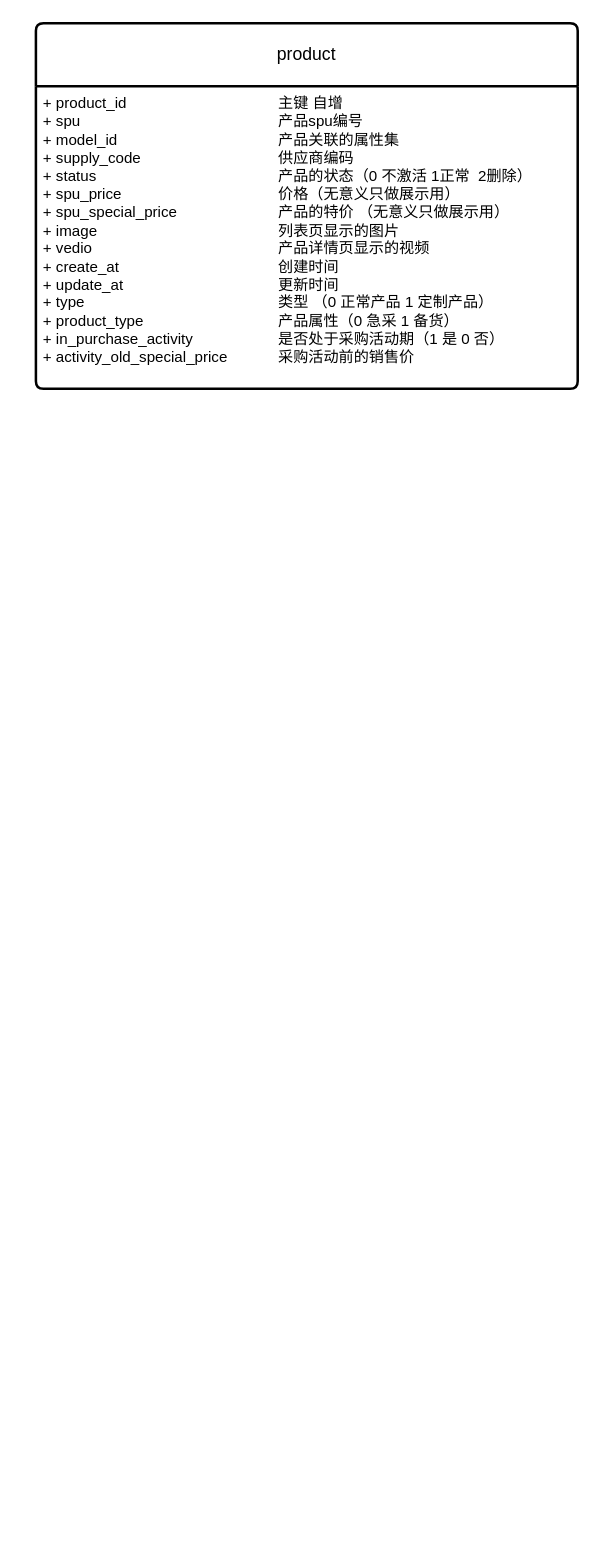
Above: nihao-product.drawio in chengwuchao9527/draw.io (draw.io), before the change. Source tidied: cells renumbered, new cells numbered last; positions are measured from the earlier drawing's top-left corner, leaving out a move shared by most shapes. Both pictures are drawn from the tidied source at 126%, with x=0, y=0 at pixel (35, 23).
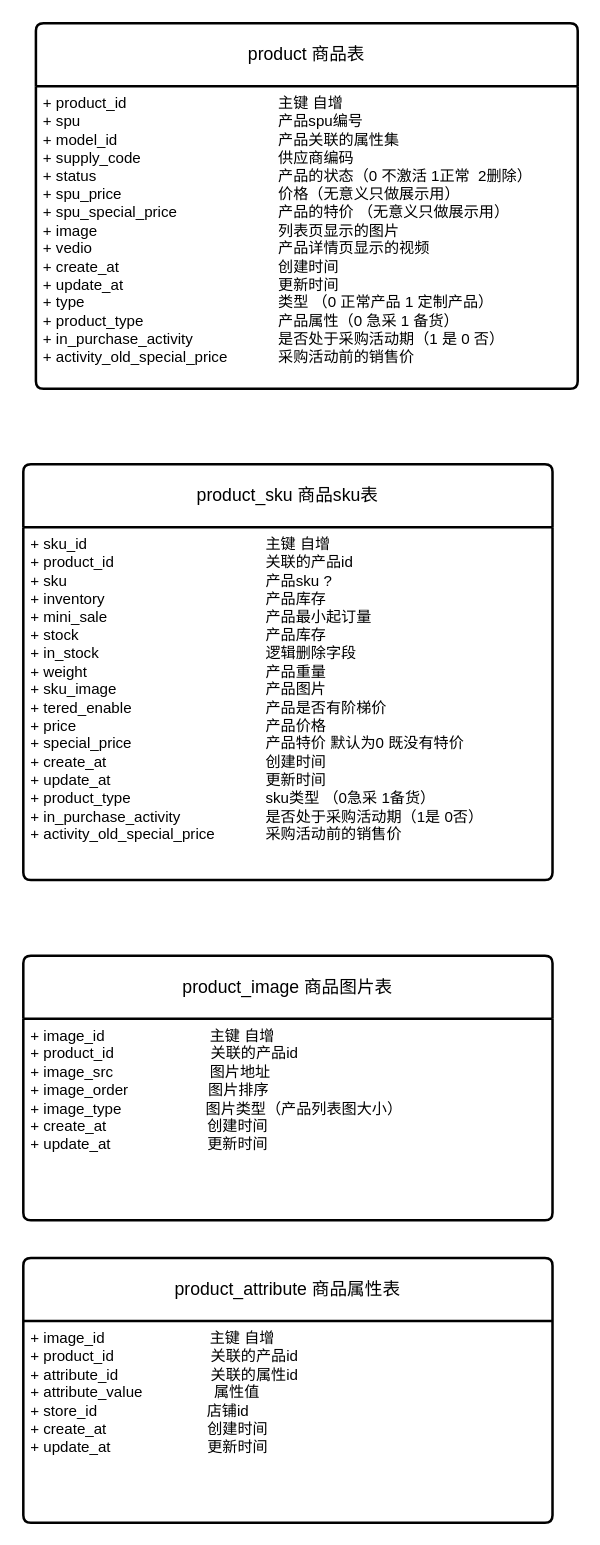
The same page after the edit.

The edit, as a diff of the source:
```diff
@@
 <mxGraphModel>
   <root>
     <mxCell id="0" />
     <mxCell id="1" parent="0" />
-    <mxCell id="2" value="product" style="swimlane;horizontal=1;startSize=50;rounded=1;fontSize=14;fontStyle=0;strokeWidth=2;shadow=0;dashed=0;align=center;arcSize=4;whiteSpace=wrap;html=1;" parent="1" vertex="1">
+    <mxCell id="2" value="product 商品表" style="swimlane;horizontal=1;startSize=50;rounded=1;fontSize=14;fontStyle=0;strokeWidth=2;shadow=0;dashed=0;align=center;arcSize=4;whiteSpace=wrap;html=1;" parent="1" vertex="1">
       <mxGeometry width="430" height="290" as="geometry" />
     </mxCell>
     <mxCell id="3" value="+&amp;nbsp;product_id&amp;nbsp; &amp;nbsp; &lt;span style=&quot;white-space: pre;&quot;&gt;&#9;&lt;/span&gt;&lt;span style=&quot;white-space: pre;&quot;&gt;&#9;&lt;/span&gt;&lt;span style=&quot;white-space: pre;&quot;&gt;&#9;&lt;/span&gt;&lt;span style=&quot;white-space: pre;&quot;&gt;&#9;&lt;/span&gt;主键 自增&amp;nbsp;&lt;br&gt;+ spu&amp;nbsp; &amp;nbsp; &amp;nbsp;&amp;nbsp;&lt;span style=&quot;white-space: pre;&quot;&gt;&#9;&lt;/span&gt;&lt;span style=&quot;white-space: pre;&quot;&gt;&#9;&lt;span style=&quot;white-space: pre;&quot;&gt;&#9;&lt;/span&gt;&lt;span style=&quot;white-space: pre;&quot;&gt;&#9;&lt;/span&gt;&lt;span style=&quot;white-space: pre;&quot;&gt;&#9;&lt;/span&gt;&lt;span style=&quot;white-space: pre;&quot;&gt;&#9;&lt;/span&gt;&lt;/span&gt;产品spu编号&lt;br&gt;+ model_id&lt;span style=&quot;white-space: pre;&quot;&gt;&#9;&lt;/span&gt;&lt;span style=&quot;white-space: pre;&quot;&gt;&#9;&lt;/span&gt;&lt;span style=&quot;white-space: pre;&quot;&gt;&#9;&lt;/span&gt;&lt;span style=&quot;white-space: pre;&quot;&gt;&#9;&lt;/span&gt;&lt;span style=&quot;white-space: pre;&quot;&gt;&#9;&lt;/span&gt;产品关联的属性集&lt;br&gt;+ supply_code&lt;span style=&quot;white-space: pre;&quot;&gt;&#9;&lt;/span&gt;&lt;span style=&quot;white-space: pre;&quot;&gt;&#9;&lt;/span&gt;&lt;span style=&quot;white-space: pre;&quot;&gt;&#9;&lt;/span&gt;&lt;span style=&quot;white-space: pre;&quot;&gt;&#9;&lt;/span&gt;&lt;span style=&quot;white-space: pre;&quot;&gt;&#9;&lt;/span&gt;供应商编码&lt;br&gt;+ status&lt;span style=&quot;white-space: pre;&quot;&gt;&#9;&lt;/span&gt;&lt;span style=&quot;white-space: pre;&quot;&gt;&#9;&lt;/span&gt;&lt;span style=&quot;white-space: pre;&quot;&gt;&#9;&lt;/span&gt;&lt;span style=&quot;white-space: pre;&quot;&gt;&#9;&lt;/span&gt;&lt;span style=&quot;white-space: pre;&quot;&gt;&#9;&lt;/span&gt;&lt;span style=&quot;white-space: pre;&quot;&gt;&#9;&lt;/span&gt;产品的状态（0 不激活 1正常&amp;nbsp; 2删除）&lt;br&gt;+ spu_price&lt;span style=&quot;white-space: pre;&quot;&gt;&#9;&lt;/span&gt;&lt;span style=&quot;white-space: pre;&quot;&gt;&#9;&lt;/span&gt;&lt;span style=&quot;white-space: pre;&quot;&gt;&#9;&lt;/span&gt;&lt;span style=&quot;white-space: pre;&quot;&gt;&#9;&lt;/span&gt;&lt;span style=&quot;white-space: pre;&quot;&gt;&#9;&lt;/span&gt;价格（无意义只做展示用）&lt;br&gt;+ spu_special_price&lt;span style=&quot;white-space: pre;&quot;&gt;&#9;&lt;/span&gt;&lt;span style=&quot;white-space: pre;&quot;&gt;&#9;&lt;/span&gt;&lt;span style=&quot;white-space: pre;&quot;&gt;&#9;&lt;/span&gt;产品的特价 （无意义只做展示用）&lt;br&gt;+ image&lt;span style=&quot;white-space: pre;&quot;&gt;&#9;&lt;/span&gt;&lt;span style=&quot;white-space: pre;&quot;&gt;&#9;&lt;/span&gt;&lt;span style=&quot;white-space: pre;&quot;&gt;&#9;&lt;/span&gt;&lt;span style=&quot;white-space: pre;&quot;&gt;&#9;&lt;/span&gt;&lt;span style=&quot;white-space: pre;&quot;&gt;&#9;&lt;/span&gt;&lt;span style=&quot;white-space: pre;&quot;&gt;&#9;&lt;/span&gt;列表页显示的图片&lt;br&gt;+ vedio&lt;span style=&quot;white-space: pre;&quot;&gt;&#9;&lt;/span&gt;&lt;span style=&quot;white-space: pre;&quot;&gt;&#9;&lt;/span&gt;&lt;span style=&quot;white-space: pre;&quot;&gt;&#9;&lt;/span&gt;&lt;span style=&quot;white-space: pre;&quot;&gt;&#9;&lt;/span&gt;&lt;span style=&quot;white-space: pre;&quot;&gt;&#9;&lt;/span&gt;&lt;span style=&quot;white-space: pre;&quot;&gt;&#9;&lt;/span&gt;产品详情页显示的视频&lt;br&gt;+ create_at&lt;span style=&quot;white-space: pre;&quot;&gt;&#9;&lt;/span&gt;&lt;span style=&quot;white-space: pre;&quot;&gt;&#9;&lt;/span&gt;&lt;span style=&quot;white-space: pre;&quot;&gt;&#9;&lt;/span&gt;&lt;span style=&quot;white-space: pre;&quot;&gt;&#9;&lt;/span&gt;&lt;span style=&quot;white-space: pre;&quot;&gt;&#9;&lt;/span&gt;创建时间&lt;br&gt;+ update_at&lt;span style=&quot;white-space: pre;&quot;&gt;&#9;&lt;/span&gt;&lt;span style=&quot;white-space: pre;&quot;&gt;&#9;&lt;/span&gt;&lt;span style=&quot;white-space: pre;&quot;&gt;&#9;&lt;/span&gt;&lt;span style=&quot;white-space: pre;&quot;&gt;&#9;&lt;/span&gt;&lt;span style=&quot;white-space: pre;&quot;&gt;&#9;&lt;/span&gt;更新时间&lt;br&gt;+ type&lt;span style=&quot;white-space: pre;&quot;&gt;&#9;&lt;/span&gt;&lt;span style=&quot;white-space: pre;&quot;&gt;&#9;&lt;/span&gt;&lt;span style=&quot;white-space: pre;&quot;&gt;&#9;&lt;/span&gt;&lt;span style=&quot;white-space: pre;&quot;&gt;&#9;&lt;/span&gt;&lt;span style=&quot;white-space: pre;&quot;&gt;&#9;&lt;/span&gt;&lt;span style=&quot;white-space: pre;&quot;&gt;&#9;&lt;/span&gt;类型 （0 正常产品 1 定制产品）&lt;br&gt;+ product_type&lt;span style=&quot;white-space: pre;&quot;&gt;&#9;&lt;/span&gt;&lt;span style=&quot;white-space: pre;&quot;&gt;&#9;&lt;/span&gt;&lt;span style=&quot;white-space: pre;&quot;&gt;&#9;&lt;/span&gt;&lt;span style=&quot;white-space: pre;&quot;&gt;&#9;&lt;/span&gt;产品属性（0 急采 1 备货）&lt;br&gt;+ in_purchase_activity&lt;span style=&quot;white-space: pre;&quot;&gt;&#9;&lt;/span&gt;&lt;span style=&quot;white-space: pre;&quot;&gt;&#9;&lt;/span&gt;&lt;span style=&quot;white-space: pre;&quot;&gt;&#9;&lt;/span&gt;是否处于采购活动期（1 是 0 否）&lt;br&gt;+ activity_old_special_price&lt;span style=&quot;white-space: pre;&quot;&gt;&#9;&lt;/span&gt;&lt;span style=&quot;white-space: pre;&quot;&gt;&#9;&lt;/span&gt;采购活动前的销售价" style="align=left;strokeColor=none;fillColor=none;spacingLeft=4;fontSize=12;verticalAlign=top;html=1;" parent="2" vertex="1">
       <mxGeometry y="50" width="430" height="240" as="geometry" />
     </mxCell>
+    <mxCell id="4" value="product_sku 商品sku表" style="swimlane;horizontal=1;startSize=50;rounded=1;fontSize=14;fontStyle=0;strokeWidth=2;shadow=0;dashed=0;align=center;arcSize=4;whiteSpace=wrap;html=1;" parent="1" vertex="1">
+      <mxGeometry x="-10" y="350" width="420" height="330" as="geometry" />
+    </mxCell>
+    <mxCell id="5" value="+ sku_id&amp;nbsp; &amp;nbsp; &lt;span style=&quot;white-space: pre;&quot;&gt;&#9;&lt;/span&gt;&lt;span style=&quot;white-space: pre;&quot;&gt;&#9;&lt;/span&gt;&lt;span style=&quot;white-space: pre;&quot;&gt;&#9;&lt;/span&gt;&lt;span style=&quot;white-space: pre;&quot;&gt;&#9;&lt;/span&gt;&lt;span style=&quot;white-space: pre;&quot;&gt;&#9;&lt;/span&gt;主键 自增&amp;nbsp;&lt;br&gt;+ product_id&amp;nbsp; &amp;nbsp; &amp;nbsp;&amp;nbsp;&lt;span style=&quot;white-space: pre;&quot;&gt;&lt;span style=&quot;white-space: pre;&quot;&gt;&#9;&lt;/span&gt;&lt;span style=&quot;white-space: pre;&quot;&gt;&#9;&lt;/span&gt;&lt;span style=&quot;white-space: pre;&quot;&gt;&#9;&lt;/span&gt;&lt;span style=&quot;white-space: pre;&quot;&gt;&#9;&lt;/span&gt;关联的&lt;/span&gt;产品id&lt;br&gt;+ sku&lt;span style=&quot;white-space: pre;&quot;&gt;&#9;&lt;/span&gt;&lt;span style=&quot;white-space: pre;&quot;&gt;&#9;&lt;/span&gt;&lt;span style=&quot;white-space: pre;&quot;&gt;&#9;&lt;/span&gt;&lt;span style=&quot;white-space: pre;&quot;&gt;&#9;&lt;/span&gt;&lt;span style=&quot;white-space: pre;&quot;&gt;&#9;&lt;/span&gt;&lt;span style=&quot;white-space: pre;&quot;&gt;&#9;&lt;/span&gt;产品sku ?&lt;br&gt;+ inventory&lt;span style=&quot;white-space: pre;&quot;&gt;&#9;&lt;/span&gt;&lt;span style=&quot;white-space: pre;&quot;&gt;&#9;&lt;/span&gt;&lt;span style=&quot;white-space: pre;&quot;&gt;&#9;&lt;/span&gt;&lt;span style=&quot;white-space: pre;&quot;&gt;&#9;&lt;span style=&quot;white-space: pre;&quot;&gt;&#9;&lt;/span&gt;产品库存&lt;/span&gt;&lt;br&gt;+ mini_sale&lt;span style=&quot;white-space: pre;&quot;&gt;&#9;&lt;/span&gt;&lt;span style=&quot;white-space: pre;&quot;&gt;&#9;&lt;/span&gt;&lt;span style=&quot;white-space: pre;&quot;&gt;&#9;&lt;/span&gt;&lt;span style=&quot;white-space: pre;&quot;&gt;&#9;&lt;/span&gt;&lt;span style=&quot;white-space: pre;&quot;&gt;&#9;&lt;/span&gt;产品最小起订量&lt;br&gt;+ stock&lt;span style=&quot;white-space: pre;&quot;&gt;&#9;&lt;/span&gt;&lt;span style=&quot;white-space: pre;&quot;&gt;&#9;&lt;/span&gt;&lt;span style=&quot;white-space: pre;&quot;&gt;&#9;&lt;/span&gt;&lt;span style=&quot;white-space: pre;&quot;&gt;&#9;&lt;span style=&quot;white-space: pre;&quot;&gt;&#9;&lt;/span&gt;&lt;span style=&quot;white-space: pre;&quot;&gt;&#9;&lt;/span&gt;产品库存&lt;/span&gt;&lt;br&gt;+ in_stock&lt;span style=&quot;white-space: pre;&quot;&gt;&#9;&lt;/span&gt;&lt;span style=&quot;white-space: pre;&quot;&gt;&#9;&lt;/span&gt;&lt;span style=&quot;white-space: pre;&quot;&gt;&#9;&lt;span style=&quot;white-space: pre;&quot;&gt;&#9;&lt;/span&gt;&lt;span style=&quot;white-space: pre;&quot;&gt;&#9;&lt;/span&gt;逻辑删除字段&lt;/span&gt;&lt;br&gt;+ weight&lt;span style=&quot;white-space: pre;&quot;&gt;&#9;&lt;/span&gt;&lt;span style=&quot;white-space: pre;&quot;&gt;&#9;&lt;/span&gt;&lt;span style=&quot;white-space: pre;&quot;&gt;&#9;&lt;/span&gt;&lt;span style=&quot;white-space: pre;&quot;&gt;&#9;&lt;/span&gt;&lt;span style=&quot;white-space: pre;&quot;&gt;&#9;&lt;span style=&quot;white-space: pre;&quot;&gt;&#9;&lt;/span&gt;产品重量&lt;/span&gt;&lt;br&gt;+ sku_image&lt;span style=&quot;white-space: pre;&quot;&gt;&#9;&lt;/span&gt;&lt;span style=&quot;white-space: pre;&quot;&gt;&#9;&lt;/span&gt;&lt;span style=&quot;white-space: pre;&quot;&gt;&#9;&lt;/span&gt;&lt;span style=&quot;white-space: pre;&quot;&gt;&#9;&lt;span style=&quot;white-space: pre;&quot;&gt;&#9;&lt;/span&gt;产品&lt;/span&gt;图片&lt;br&gt;+ tered_enable&lt;span style=&quot;white-space: pre;&quot;&gt;&#9;&lt;/span&gt;&lt;span style=&quot;white-space: pre;&quot;&gt;&#9;&lt;/span&gt;&lt;span style=&quot;white-space: pre;&quot;&gt;&#9;&lt;/span&gt;&lt;span style=&quot;white-space: pre;&quot;&gt;&#9;&lt;/span&gt;产品是否有阶梯价&lt;br&gt;+ price&lt;span style=&quot;white-space: pre;&quot;&gt;&#9;&lt;/span&gt;&lt;span style=&quot;white-space: pre;&quot;&gt;&#9;&lt;/span&gt;&lt;span style=&quot;white-space: pre;&quot;&gt;&#9;&lt;/span&gt;&lt;span style=&quot;white-space: pre;&quot;&gt;&#9;&lt;span style=&quot;white-space: pre;&quot;&gt;&#9;&lt;/span&gt;&lt;span style=&quot;white-space: pre;&quot;&gt;&#9;&lt;/span&gt;产品价格&lt;/span&gt;&lt;br&gt;+ special_price&lt;span style=&quot;white-space: pre;&quot;&gt;&#9;&lt;/span&gt;&lt;span style=&quot;white-space: pre;&quot;&gt;&#9;&lt;/span&gt;&lt;span style=&quot;white-space: pre;&quot;&gt;&#9;&lt;span style=&quot;white-space: pre;&quot;&gt;&#9;&lt;/span&gt;产品&lt;/span&gt;特价 默认为0 既没有特价&lt;br&gt;+ create_at&lt;span style=&quot;white-space: pre;&quot;&gt;&#9;&lt;/span&gt;&lt;span style=&quot;white-space: pre;&quot;&gt;&#9;&lt;/span&gt;&lt;span style=&quot;white-space: pre;&quot;&gt;&#9;&lt;/span&gt;&lt;span style=&quot;white-space: pre;&quot;&gt;&#9;&lt;span style=&quot;white-space: pre;&quot;&gt;&#9;&lt;/span&gt;创建&lt;/span&gt;时间&lt;br&gt;+ update_at&lt;span style=&quot;white-space: pre;&quot;&gt;&#9;&lt;/span&gt;&lt;span style=&quot;white-space: pre;&quot;&gt;&#9;&lt;/span&gt;&lt;span style=&quot;white-space: pre;&quot;&gt;&#9;&lt;span style=&quot;white-space: pre;&quot;&gt;&#9;&lt;/span&gt;&lt;span style=&quot;white-space: pre;&quot;&gt;&#9;&lt;/span&gt;更新&lt;/span&gt;时间&lt;br&gt;+ product_type&lt;span style=&quot;white-space: pre;&quot;&gt;&#9;&lt;/span&gt;&lt;span style=&quot;white-space: pre;&quot;&gt;&#9;&lt;/span&gt;&lt;span style=&quot;white-space: pre;&quot;&gt;&#9;&lt;/span&gt;&lt;span style=&quot;white-space: pre;&quot;&gt;&#9;&lt;/span&gt;sku类型 （0急采 1备货）&lt;br&gt;+ in_purchase_activity&lt;span style=&quot;white-space: pre;&quot;&gt;&#9;&lt;/span&gt;&lt;span style=&quot;white-space: pre;&quot;&gt;&#9;&lt;/span&gt;&lt;span style=&quot;white-space: pre;&quot;&gt;&#9;&lt;/span&gt;是否处于采购活动期（1是 0否）&lt;br&gt;+ activity_old_special_price&lt;span style=&quot;white-space: pre;&quot;&gt;&#9;&lt;/span&gt;&lt;span style=&quot;white-space: pre;&quot;&gt;&#9;&lt;/span&gt;采购活动前的销售价" style="align=left;strokeColor=none;fillColor=none;spacingLeft=4;fontSize=12;verticalAlign=top;html=1;" parent="4" vertex="1">
+      <mxGeometry y="50" width="420" height="280" as="geometry" />
+    </mxCell>
+    <mxCell id="6" value="product_image&amp;nbsp;商品图片表" style="swimlane;horizontal=1;startSize=50;rounded=1;fontSize=14;fontStyle=0;strokeWidth=2;shadow=0;dashed=0;align=center;arcSize=4;whiteSpace=wrap;html=1;" parent="1" vertex="1">
+      <mxGeometry x="-10" y="740" width="420" height="210" as="geometry" />
+    </mxCell>
+    <mxCell id="7" value="+&amp;nbsp;image_id&amp;nbsp;&amp;nbsp; &amp;nbsp;&lt;span style=&quot;&quot;&gt;&lt;span style=&quot;&quot;&gt;&amp;nbsp;&amp;nbsp;&amp;nbsp;&amp;nbsp;&lt;/span&gt;&lt;/span&gt;&lt;span style=&quot;&quot;&gt;&lt;span style=&quot;&quot;&gt;&amp;nbsp;&amp;nbsp;&amp;nbsp;&amp;nbsp;&lt;/span&gt;&lt;/span&gt;&lt;span style=&quot;&quot;&gt;&lt;span style=&quot;&quot;&gt;&amp;nbsp;&amp;nbsp;&amp;nbsp;&amp;nbsp;&lt;/span&gt;&lt;/span&gt;&lt;span style=&quot;&quot;&gt;&lt;span style=&quot;&quot;&gt;&amp;nbsp;&amp;nbsp;&amp;nbsp;&amp;nbsp;&lt;/span&gt;&lt;/span&gt;&lt;span style=&quot;&quot;&gt;&lt;span style=&quot;&quot;&gt;&amp;nbsp; &amp;nbsp; &amp;nbsp;&lt;/span&gt;&lt;/span&gt;主键 自增&amp;nbsp;&lt;br&gt;+ product_id&amp;nbsp; &amp;nbsp; &amp;nbsp;&amp;nbsp;&lt;span style=&quot;&quot;&gt;&lt;span style=&quot;&quot;&gt;&lt;span style=&quot;&quot;&gt;&amp;nbsp;&amp;nbsp;&amp;nbsp;&amp;nbsp;&lt;/span&gt;&lt;/span&gt;&lt;span style=&quot;&quot;&gt;&lt;span style=&quot;&quot;&gt;&amp;nbsp;&amp;nbsp;&amp;nbsp;&amp;nbsp;&lt;/span&gt;&lt;/span&gt;&lt;span style=&quot;&quot;&gt;&lt;span style=&quot;&quot;&gt;&amp;nbsp;&amp;nbsp;&amp;nbsp;&amp;nbsp;&lt;/span&gt;&lt;/span&gt;&lt;span style=&quot;&quot;&gt;&lt;span style=&quot;&quot;&gt;&amp;nbsp; &amp;nbsp; &amp;nbsp;&lt;/span&gt;&lt;/span&gt;关联的&lt;/span&gt;产品id&lt;br&gt;+&amp;nbsp;image_src&lt;span style=&quot;&quot;&gt;&lt;span style=&quot;&quot;&gt;&amp;nbsp;&amp;nbsp;&amp;nbsp;&amp;nbsp;&lt;/span&gt;&lt;/span&gt;&lt;span style=&quot;&quot;&gt;&lt;span style=&quot;&quot;&gt;&amp;nbsp;&amp;nbsp;&amp;nbsp;&amp;nbsp;&lt;/span&gt;&lt;/span&gt;&lt;span style=&quot;&quot;&gt;&lt;span style=&quot;&quot;&gt;&amp;nbsp;&amp;nbsp;&amp;nbsp;&amp;nbsp;&lt;/span&gt;&lt;/span&gt;&lt;span style=&quot;&quot;&gt;&lt;span style=&quot;&quot;&gt;&amp;nbsp;&amp;nbsp;&amp;nbsp;&amp;nbsp;&lt;/span&gt;&lt;/span&gt;&lt;span style=&quot;&quot;&gt;&lt;span style=&quot;&quot;&gt;&amp;nbsp;&amp;nbsp;&amp;nbsp;&amp;nbsp;&lt;/span&gt;&lt;/span&gt;&lt;span style=&quot;&quot;&gt;&lt;span style=&quot;&quot;&gt;&amp;nbsp; &amp;nbsp;图片地址&lt;/span&gt;&lt;/span&gt;&lt;br&gt;+ image_order&lt;span style=&quot;&quot;&gt;&lt;span style=&quot;&quot;&gt;&amp;nbsp; &amp;nbsp;&amp;nbsp;&lt;/span&gt;&lt;/span&gt;&lt;span style=&quot;&quot;&gt;&lt;span style=&quot;&quot;&gt;&amp;nbsp;&amp;nbsp;&amp;nbsp;&amp;nbsp;&lt;/span&gt;&lt;/span&gt;&lt;span style=&quot;&quot;&gt;&lt;span style=&quot;&quot;&gt;&amp;nbsp;&amp;nbsp;&amp;nbsp;&amp;nbsp;&lt;/span&gt;&lt;/span&gt;&lt;span style=&quot;&quot;&gt;&lt;span style=&quot;&quot;&gt;&amp;nbsp;&amp;nbsp;&amp;nbsp;&amp;nbsp;&lt;/span&gt;&lt;span style=&quot;&quot;&gt;&lt;span style=&quot;&quot;&gt;&amp;nbsp; &amp;nbsp;图片排序&lt;/span&gt;&lt;/span&gt;&lt;/span&gt;&lt;br&gt;+ image_type&lt;span style=&quot;&quot;&gt;&lt;span style=&quot;&quot;&gt;&amp;nbsp; &amp;nbsp;&amp;nbsp;&lt;/span&gt;&lt;/span&gt;&lt;span style=&quot;&quot;&gt;&lt;span style=&quot;&quot;&gt;&amp;nbsp;&amp;nbsp;&amp;nbsp;&amp;nbsp;&lt;/span&gt;&lt;/span&gt;&lt;span style=&quot;&quot;&gt;&lt;span style=&quot;&quot;&gt;&amp;nbsp;&amp;nbsp;&amp;nbsp;&amp;nbsp;&lt;/span&gt;&lt;/span&gt;&lt;span style=&quot;&quot;&gt;&lt;span style=&quot;&quot;&gt;&amp;nbsp;&amp;nbsp;&amp;nbsp;&amp;nbsp;&lt;/span&gt;&lt;/span&gt;&lt;span style=&quot;&quot;&gt;&lt;span style=&quot;&quot;&gt;&amp;nbsp; &amp;nbsp; 图片类型（产品列表图大小）&lt;/span&gt;&lt;/span&gt;&lt;br&gt;+ create_at&lt;span style=&quot;&quot;&gt;&lt;span style=&quot;&quot;&gt;&amp;nbsp;&amp;nbsp;&amp;nbsp;&amp;nbsp;&lt;/span&gt;&lt;/span&gt;&lt;span style=&quot;&quot;&gt;&lt;span style=&quot;&quot;&gt;&amp;nbsp;&amp;nbsp;&amp;nbsp;&amp;nbsp;&lt;/span&gt;&lt;/span&gt;&lt;span style=&quot;&quot;&gt;&lt;span style=&quot;&quot;&gt;&amp;nbsp;&amp;nbsp;&amp;nbsp;&amp;nbsp;&lt;/span&gt;&lt;/span&gt;&lt;span style=&quot;&quot;&gt;&lt;span style=&quot;&quot;&gt;&amp;nbsp;&amp;nbsp;&amp;nbsp;&amp;nbsp;&lt;/span&gt;&lt;span style=&quot;&quot;&gt;&lt;span style=&quot;&quot;&gt;&amp;nbsp; &amp;nbsp; &amp;nbsp; &amp;nbsp;&amp;nbsp;&lt;/span&gt;&lt;/span&gt;创建&lt;/span&gt;时间&lt;br&gt;+ update_at&lt;span style=&quot;&quot;&gt;&lt;span style=&quot;&quot;&gt;&amp;nbsp;&amp;nbsp;&amp;nbsp;&amp;nbsp;&lt;/span&gt;&lt;/span&gt;&lt;span style=&quot;&quot;&gt;&lt;span style=&quot;&quot;&gt;&amp;nbsp;&amp;nbsp;&amp;nbsp;&amp;nbsp;&lt;/span&gt;&lt;/span&gt;&lt;span style=&quot;&quot;&gt;&lt;span style=&quot;&quot;&gt;&amp;nbsp;&amp;nbsp;&amp;nbsp;&amp;nbsp;&lt;/span&gt;&lt;span style=&quot;&quot;&gt;&lt;span style=&quot;&quot;&gt;&amp;nbsp;&amp;nbsp;&amp;nbsp;&amp;nbsp;&lt;/span&gt;&lt;/span&gt;&lt;span style=&quot;&quot;&gt;&lt;span style=&quot;&quot;&gt;&amp;nbsp; &amp;nbsp; &amp;nbsp; &amp;nbsp;&lt;/span&gt;&lt;/span&gt;更新&lt;/span&gt;时间" style="align=left;strokeColor=none;fillColor=none;spacingLeft=4;fontSize=12;verticalAlign=top;html=1;" parent="6" vertex="1">
+      <mxGeometry y="50" width="420" height="160" as="geometry" />
+    </mxCell>
+    <mxCell id="8" value="product_attribute 商品属性表" style="swimlane;horizontal=1;startSize=50;rounded=1;fontSize=14;fontStyle=0;strokeWidth=2;shadow=0;dashed=0;align=center;arcSize=4;whiteSpace=wrap;html=1;" parent="1" vertex="1">
+      <mxGeometry x="-10" y="980" width="420" height="210" as="geometry" />
+    </mxCell>
+    <mxCell id="9" value="+&amp;nbsp;image_id&amp;nbsp;&amp;nbsp; &amp;nbsp;&lt;span style=&quot;&quot;&gt;&lt;span style=&quot;&quot;&gt;&amp;nbsp;&amp;nbsp;&amp;nbsp;&amp;nbsp;&lt;/span&gt;&lt;/span&gt;&lt;span style=&quot;&quot;&gt;&lt;span style=&quot;&quot;&gt;&amp;nbsp;&amp;nbsp;&amp;nbsp;&amp;nbsp;&lt;/span&gt;&lt;/span&gt;&lt;span style=&quot;&quot;&gt;&lt;span style=&quot;&quot;&gt;&amp;nbsp;&amp;nbsp;&amp;nbsp;&amp;nbsp;&lt;/span&gt;&lt;/span&gt;&lt;span style=&quot;&quot;&gt;&lt;span style=&quot;&quot;&gt;&amp;nbsp;&amp;nbsp;&amp;nbsp;&amp;nbsp;&lt;/span&gt;&lt;/span&gt;&lt;span style=&quot;&quot;&gt;&lt;span style=&quot;&quot;&gt;&amp;nbsp; &amp;nbsp; &amp;nbsp;&lt;/span&gt;&lt;/span&gt;主键 自增&amp;nbsp;&lt;br&gt;+ product_id&amp;nbsp; &amp;nbsp; &amp;nbsp;&amp;nbsp;&lt;span style=&quot;&quot;&gt;&lt;span style=&quot;&quot;&gt;&lt;span style=&quot;&quot;&gt;&amp;nbsp;&amp;nbsp;&amp;nbsp;&amp;nbsp;&lt;/span&gt;&lt;/span&gt;&lt;span style=&quot;&quot;&gt;&lt;span style=&quot;&quot;&gt;&amp;nbsp;&amp;nbsp;&amp;nbsp;&amp;nbsp;&lt;/span&gt;&lt;/span&gt;&lt;span style=&quot;&quot;&gt;&lt;span style=&quot;&quot;&gt;&amp;nbsp;&amp;nbsp;&amp;nbsp;&amp;nbsp;&lt;/span&gt;&lt;/span&gt;&lt;span style=&quot;&quot;&gt;&lt;span style=&quot;&quot;&gt;&amp;nbsp; &amp;nbsp; &amp;nbsp;&lt;/span&gt;&lt;/span&gt;关联的&lt;/span&gt;产品id&lt;br&gt;+ attribute_id&lt;span style=&quot;&quot;&gt;&lt;span style=&quot;&quot;&gt;&amp;nbsp;&amp;nbsp;&lt;/span&gt;&lt;/span&gt;&lt;span style=&quot;&quot;&gt;&lt;span style=&quot;&quot;&gt;&amp;nbsp;&amp;nbsp;&amp;nbsp;&amp;nbsp;&lt;/span&gt;&lt;/span&gt;&lt;span style=&quot;&quot;&gt;&lt;span style=&quot;&quot;&gt;&amp;nbsp;&amp;nbsp;&amp;nbsp;&amp;nbsp;&lt;/span&gt;&lt;/span&gt;&lt;span style=&quot;&quot;&gt;&lt;span style=&quot;&quot;&gt;&amp;nbsp;&amp;nbsp;&amp;nbsp;&amp;nbsp;&lt;/span&gt;&lt;/span&gt;&lt;span style=&quot;&quot;&gt;&lt;span style=&quot;&quot;&gt;&amp;nbsp;&amp;nbsp;&amp;nbsp;&amp;nbsp;&lt;/span&gt;&lt;/span&gt;&lt;span style=&quot;&quot;&gt;&lt;span style=&quot;&quot;&gt;&amp;nbsp; &amp;nbsp; 关联的属性id&lt;/span&gt;&lt;/span&gt;&lt;br&gt;+ attribute_value&lt;span style=&quot;&quot;&gt;&lt;span style=&quot;&quot;&gt;&amp;nbsp; &amp;nbsp;&amp;nbsp;&lt;/span&gt;&lt;/span&gt;&lt;span style=&quot;&quot;&gt;&lt;span style=&quot;&quot;&gt;&amp;nbsp;&amp;nbsp;&amp;nbsp;&amp;nbsp;&lt;/span&gt;&lt;/span&gt;&lt;span style=&quot;&quot;&gt;&lt;span style=&quot;&quot;&gt;&amp;nbsp;&amp;nbsp;&amp;nbsp;&amp;nbsp;&lt;/span&gt;&lt;/span&gt;&lt;span style=&quot;&quot;&gt;&lt;span style=&quot;&quot;&gt;&amp;nbsp;&amp;nbsp;&amp;nbsp;&amp;nbsp;&lt;/span&gt;&lt;span style=&quot;&quot;&gt;&lt;span style=&quot;&quot;&gt;&amp;nbsp;属性值&lt;/span&gt;&lt;/span&gt;&lt;/span&gt;&lt;br&gt;+ store_id&lt;span style=&quot;&quot;&gt;&lt;span style=&quot;&quot;&gt;&amp;nbsp; &amp;nbsp;&amp;nbsp;&lt;/span&gt;&lt;/span&gt;&lt;span style=&quot;&quot;&gt;&lt;span style=&quot;&quot;&gt;&amp;nbsp;&amp;nbsp;&amp;nbsp;&amp;nbsp;&lt;/span&gt;&lt;/span&gt;&lt;span style=&quot;&quot;&gt;&lt;span style=&quot;&quot;&gt;&amp;nbsp;&amp;nbsp;&amp;nbsp;&amp;nbsp;&lt;/span&gt;&lt;/span&gt;&lt;span style=&quot;&quot;&gt;&lt;span style=&quot;&quot;&gt;&amp;nbsp;&amp;nbsp;&amp;nbsp;&amp;nbsp;&lt;/span&gt;&lt;/span&gt;&lt;span style=&quot;&quot;&gt;&lt;span style=&quot;&quot;&gt;&amp;nbsp; &amp;nbsp;&amp;nbsp;&lt;span style=&quot;white-space: pre;&quot;&gt;&#9;&lt;/span&gt;&amp;nbsp; 店铺id&lt;/span&gt;&lt;/span&gt;&lt;br&gt;+ create_at&lt;span style=&quot;&quot;&gt;&lt;span style=&quot;&quot;&gt;&amp;nbsp;&amp;nbsp;&amp;nbsp;&amp;nbsp;&lt;/span&gt;&lt;/span&gt;&lt;span style=&quot;&quot;&gt;&lt;span style=&quot;&quot;&gt;&amp;nbsp;&amp;nbsp;&amp;nbsp;&amp;nbsp;&lt;/span&gt;&lt;/span&gt;&lt;span style=&quot;&quot;&gt;&lt;span style=&quot;&quot;&gt;&amp;nbsp;&amp;nbsp;&amp;nbsp;&amp;nbsp;&lt;/span&gt;&lt;/span&gt;&lt;span style=&quot;&quot;&gt;&lt;span style=&quot;&quot;&gt;&amp;nbsp;&amp;nbsp;&amp;nbsp;&amp;nbsp;&lt;/span&gt;&lt;span style=&quot;&quot;&gt;&lt;span style=&quot;&quot;&gt;&amp;nbsp; &amp;nbsp; &amp;nbsp; &amp;nbsp;&amp;nbsp;&lt;/span&gt;&lt;/span&gt;创建&lt;/span&gt;时间&lt;br&gt;+ update_at&lt;span style=&quot;&quot;&gt;&lt;span style=&quot;&quot;&gt;&amp;nbsp;&amp;nbsp;&amp;nbsp;&amp;nbsp;&lt;/span&gt;&lt;/span&gt;&lt;span style=&quot;&quot;&gt;&lt;span style=&quot;&quot;&gt;&amp;nbsp;&amp;nbsp;&amp;nbsp;&amp;nbsp;&lt;/span&gt;&lt;/span&gt;&lt;span style=&quot;&quot;&gt;&lt;span style=&quot;&quot;&gt;&amp;nbsp;&amp;nbsp;&amp;nbsp;&amp;nbsp;&lt;/span&gt;&lt;span style=&quot;&quot;&gt;&lt;span style=&quot;&quot;&gt;&amp;nbsp;&amp;nbsp;&amp;nbsp;&amp;nbsp;&lt;/span&gt;&lt;/span&gt;&lt;span style=&quot;&quot;&gt;&lt;span style=&quot;&quot;&gt;&amp;nbsp; &amp;nbsp; &amp;nbsp; &amp;nbsp;&lt;/span&gt;&lt;/span&gt;更新&lt;/span&gt;时间" style="align=left;strokeColor=none;fillColor=none;spacingLeft=4;fontSize=12;verticalAlign=top;html=1;" parent="8" vertex="1">
+      <mxGeometry y="50" width="420" height="160" as="geometry" />
+    </mxCell>
   </root>
 </mxGraphModel>
```
